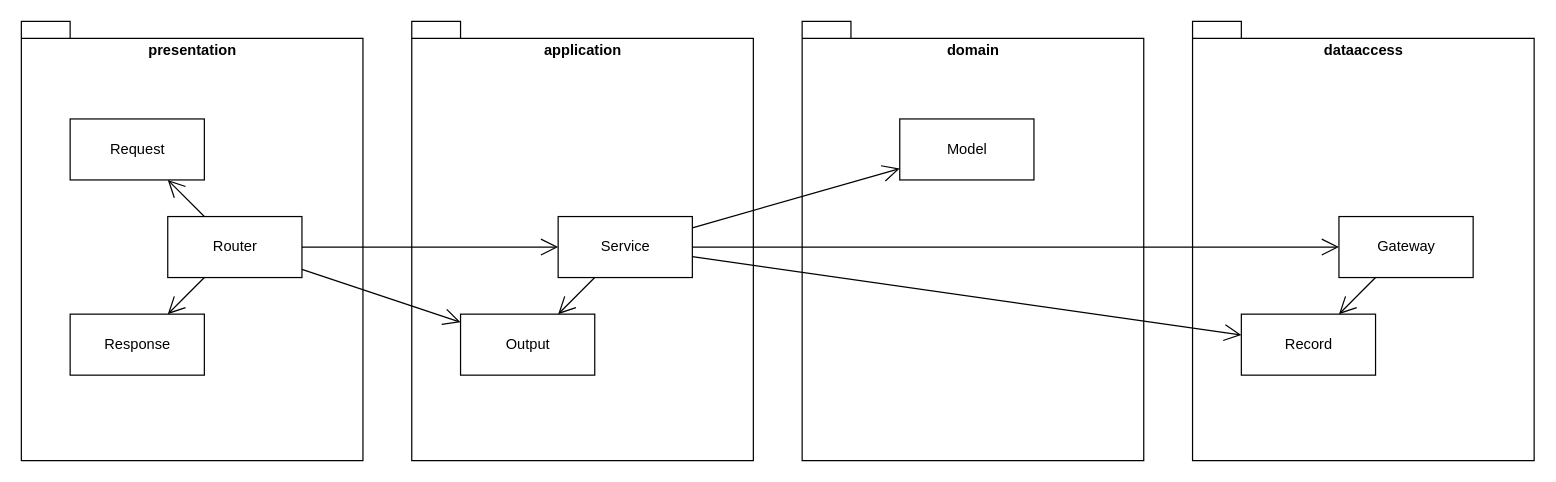
The draw.io diagram docs/architecture.drawio in kappyhappy/othello, before the edit. Source tidied: cells renumbered, new cells numbered last; positions are measured from the earlier drawing's top-left corner, leaving out a move shared by most shapes. Both pictures are drawn from the tidied source at 122%, with x=0, y=0 at pixel (21, 21).
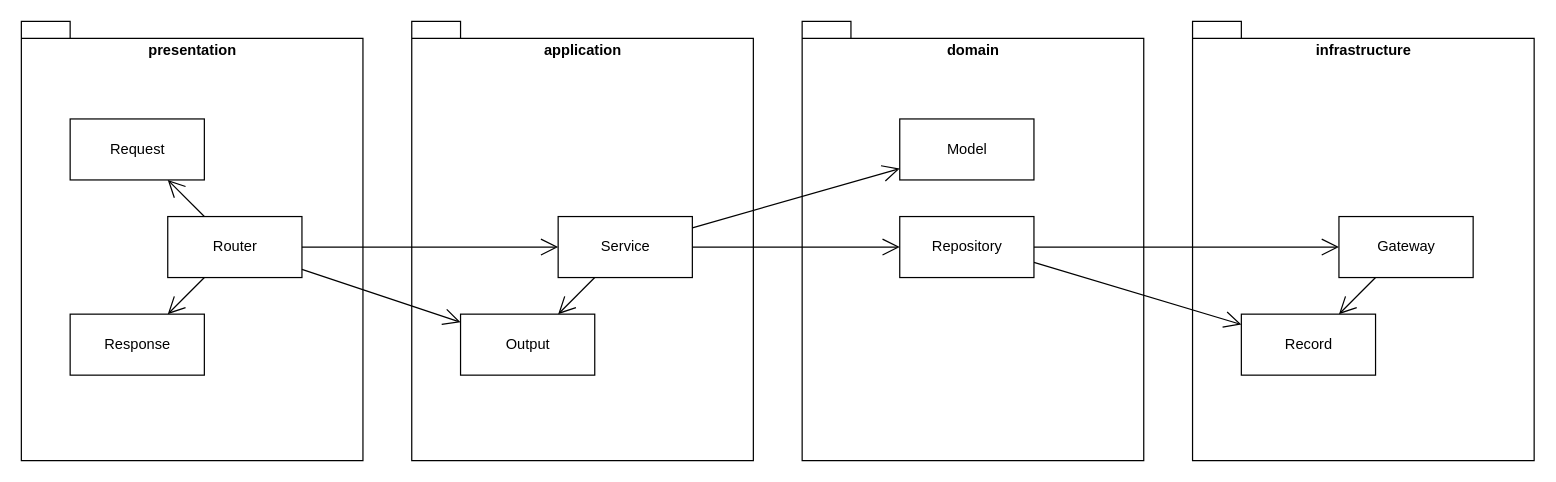
After the change.

Commit message:
add repository in diagram

Unchanged cells that the change refers to:
```xml
<mxCell id="9" value="Service" style="html=1;" parent="1" vertex="1">
  <mxGeometry x="440" y="160" width="110" height="50" as="geometry" />
</mxCell>
<mxCell id="11" value="Gateway" style="html=1;" parent="1" vertex="1">
  <mxGeometry x="1080" y="160" width="110" height="50" as="geometry" />
</mxCell>
<mxCell id="12" value="Record" style="html=1;" parent="1" vertex="1">
  <mxGeometry x="1000" y="240" width="110" height="50" as="geometry" />
</mxCell>
```

Change to the diagram source:
```diff
@@
-    <mxCell id="5" value="dataaccess" style="shape=folder;fontStyle=1;spacingTop=10;tabWidth=40;tabHeight=14;tabPosition=left;html=1;verticalAlign=top;fillColor=none;" parent="1" vertex="1">
+    <mxCell id="5" value="infrastructure" style="shape=folder;fontStyle=1;spacingTop=10;tabWidth=40;tabHeight=14;tabPosition=left;html=1;verticalAlign=top;fillColor=none;" parent="1" vertex="1">
       <mxGeometry x="960" width="280" height="360" as="geometry" />
     </mxCell>
@@
-    <mxCell id="18" style="endArrow=open;endFill=1;endSize=12;html=1;" parent="1" edge="1" source="9" target="12">
+    <mxCell id="18" style="endArrow=open;endFill=1;endSize=12;html=1;exitX=1;exitY=0.75;exitDx=0;exitDy=0;" parent="1" edge="1" source="23" target="12">
       <mxGeometry relative="1" as="geometry" />
     </mxCell>
-    <mxCell id="19" style="endArrow=open;endFill=1;endSize=12;html=1;" parent="1" edge="1" source="9" target="11">
-      <mxGeometry relative="1" as="geometry" />
-    </mxCell>
@@
+    <mxCell id="23" value="Repository" style="html=1;" parent="1" vertex="1">
+      <mxGeometry x="720" y="160" width="110" height="50" as="geometry" />
+    </mxCell>
+    <mxCell id="24" style="endArrow=open;endFill=1;endSize=12;html=1;exitX=1;exitY=0.5;exitDx=0;exitDy=0;entryX=0;entryY=0.5;entryDx=0;entryDy=0;" parent="1" edge="1" source="9" target="23">
+      <mxGeometry relative="1" as="geometry" />
+    </mxCell>
+    <mxCell id="25" style="endArrow=open;endFill=1;endSize=12;html=1;exitX=1;exitY=0.5;exitDx=0;exitDy=0;" parent="1" edge="1" source="23" target="11">
+      <mxGeometry relative="1" as="geometry" />
+    </mxCell>
```
